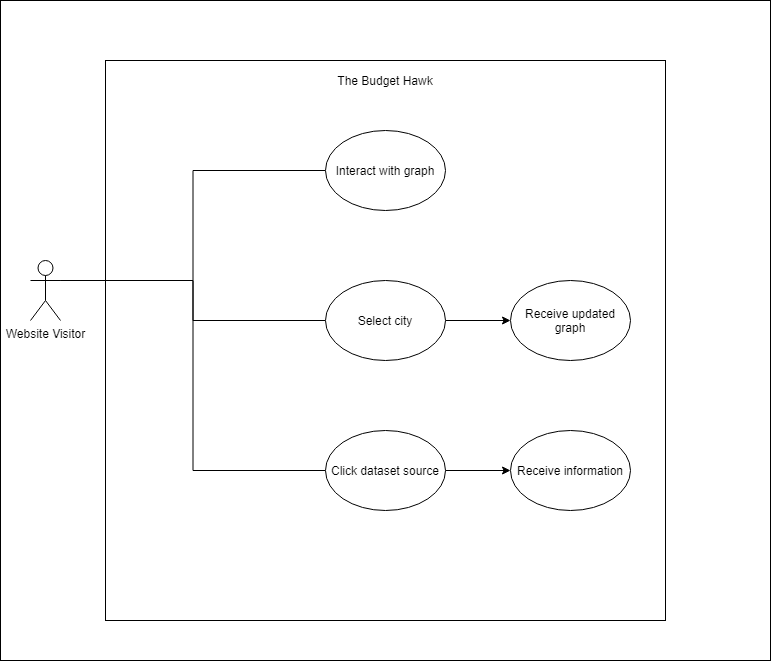
Before: Documentation/Austin Smith/Use Case The Budget Hawk.png, a diagram exported from draw.io (AustinMorganSmith/ITSC-3155-Final-Project). Source tidied: cells renumbered, new cells last; positions are measured from the earlier drawing's top-left corner, leaving out a move shared by most shapes.
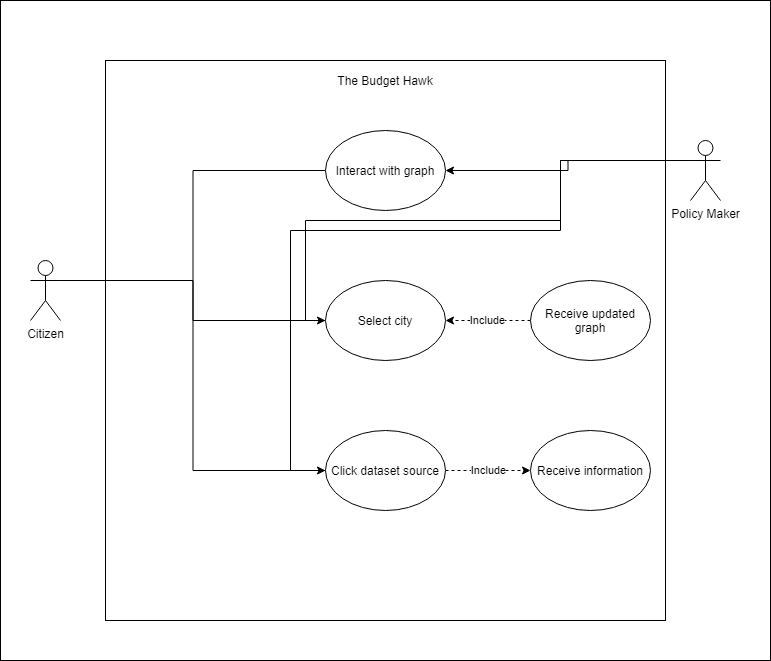
The same diagram one commit later.

What changed in the source:
```diff
@@ -17,19 +17,19 @@
     <mxCell id="6" style="edgeStyle=orthogonalEdgeStyle;rounded=0;jettySize=auto;html=1;exitX=1;exitY=0.3333333333333333;exitDx=0;exitDy=0;exitPerimeter=0;entryX=0;entryY=0.5;entryDx=0;entryDy=0;endArrow=none;endFill=0;" parent="1" edge="1" source="7" target="12">
       <mxGeometry relative="1" as="geometry" />
     </mxCell>
-    <mxCell id="7" value="Website Visitor" style="shape=umlActor;verticalLabelPosition=bottom;verticalAlign=top;html=1;outlineConnect=0;" parent="1" vertex="1">
+    <mxCell id="7" value="Citizen" style="shape=umlActor;verticalLabelPosition=bottom;verticalAlign=top;html=1;outlineConnect=0;" parent="1" vertex="1">
       <mxGeometry x="30" y="260" width="30" height="60" as="geometry" />
     </mxCell>
     <mxCell id="8" value="Interact with graph" style="ellipse;whiteSpace=wrap;html=1;" parent="1" vertex="1">
       <mxGeometry x="325" y="130" width="120" height="80" as="geometry" />
     </mxCell>
-    <mxCell id="9" style="edgeStyle=orthogonalEdgeStyle;rounded=0;jettySize=auto;html=1;exitX=1;exitY=0.5;exitDx=0;exitDy=0;entryX=0;entryY=0.5;entryDx=0;entryDy=0;" parent="1" edge="1" source="10" target="15">
+    <mxCell id="9" value="Include" style="edgeStyle=orthogonalEdgeStyle;rounded=0;jettySize=auto;html=1;exitX=0;exitY=0.5;exitDx=0;exitDy=0;entryX=1;entryY=0.5;entryDx=0;entryDy=0;dashed=1;" parent="1" edge="1" source="15" target="10">
       <mxGeometry relative="1" as="geometry" />
     </mxCell>
     <mxCell id="10" value="Select city" style="ellipse;whiteSpace=wrap;html=1;" parent="1" vertex="1">
       <mxGeometry x="325" y="280" width="120" height="80" as="geometry" />
     </mxCell>
-    <mxCell id="11" style="edgeStyle=orthogonalEdgeStyle;rounded=0;jettySize=auto;html=1;exitX=1;exitY=0.5;exitDx=0;exitDy=0;entryX=0;entryY=0.5;entryDx=0;entryDy=0;" parent="1" edge="1" source="12" target="14">
+    <mxCell id="11" value="Include" style="edgeStyle=orthogonalEdgeStyle;rounded=0;jettySize=auto;html=1;exitX=1;exitY=0.5;exitDx=0;exitDy=0;entryX=0;entryY=0.5;entryDx=0;entryDy=0;dashed=1;" parent="1" edge="1" source="12" target="14">
       <mxGeometry relative="1" as="geometry" />
     </mxCell>
     <mxCell id="12" value="Click dataset source" style="ellipse;whiteSpace=wrap;html=1;" parent="1" vertex="1">
@@ -39,10 +39,36 @@
       <mxGeometry x="295" y="70" width="180" height="20" as="geometry" />
     </mxCell>
     <mxCell id="14" value="Receive information" style="ellipse;whiteSpace=wrap;html=1;" parent="1" vertex="1">
-      <mxGeometry x="510" y="430" width="120" height="80" as="geometry" />
+      <mxGeometry x="530" y="430" width="120" height="80" as="geometry" />
     </mxCell>
     <mxCell id="15" value="Receive updated graph" style="ellipse;whiteSpace=wrap;html=1;" parent="1" vertex="1">
-      <mxGeometry x="510" y="280" width="120" height="80" as="geometry" />
+      <mxGeometry x="530" y="280" width="120" height="80" as="geometry" />
     </mxCell>
+    <mxCell id="16" style="edgeStyle=orthogonalEdgeStyle;rounded=0;jettySize=auto;html=1;exitX=0;exitY=0.3333333333333333;exitDx=0;exitDy=0;exitPerimeter=0;entryX=1;entryY=0.5;entryDx=0;entryDy=0;" parent="1" edge="1" source="19" target="8">
+      <mxGeometry relative="1" as="geometry" />
+    </mxCell>
+    <mxCell id="17" style="edgeStyle=orthogonalEdgeStyle;rounded=0;jettySize=auto;html=1;exitX=0;exitY=0.3333333333333333;exitDx=0;exitDy=0;exitPerimeter=0;entryX=0;entryY=0.5;entryDx=0;entryDy=0;" parent="1" edge="1" source="19" target="10">
+      <mxGeometry relative="1" as="geometry">
+        <Array as="points">
+          <mxPoint x="560" y="160" />
+          <mxPoint x="560" y="220" />
+          <mxPoint x="305" y="220" />
+          <mxPoint x="305" y="320" />
+        </Array>
+      </mxGeometry>
+    </mxCell>
+    <mxCell id="18" style="edgeStyle=orthogonalEdgeStyle;rounded=0;jettySize=auto;html=1;exitX=0;exitY=0.3333333333333333;exitDx=0;exitDy=0;exitPerimeter=0;entryX=0;entryY=0.5;entryDx=0;entryDy=0;" parent="1" edge="1" source="19" target="12">
+      <mxGeometry relative="1" as="geometry">
+        <Array as="points">
+          <mxPoint x="560" y="160" />
+          <mxPoint x="560" y="230" />
+          <mxPoint x="290" y="230" />
+          <mxPoint x="290" y="470" />
+        </Array>
+      </mxGeometry>
+    </mxCell>
+    <mxCell id="19" value="Policy Maker" style="shape=umlActor;verticalLabelPosition=bottom;verticalAlign=top;html=1;outlineConnect=0;" parent="1" vertex="1">
+      <mxGeometry x="690" y="140" width="30" height="60" as="geometry" />
+    </mxCell>
   </root>
 </mxGraphModel>
```
